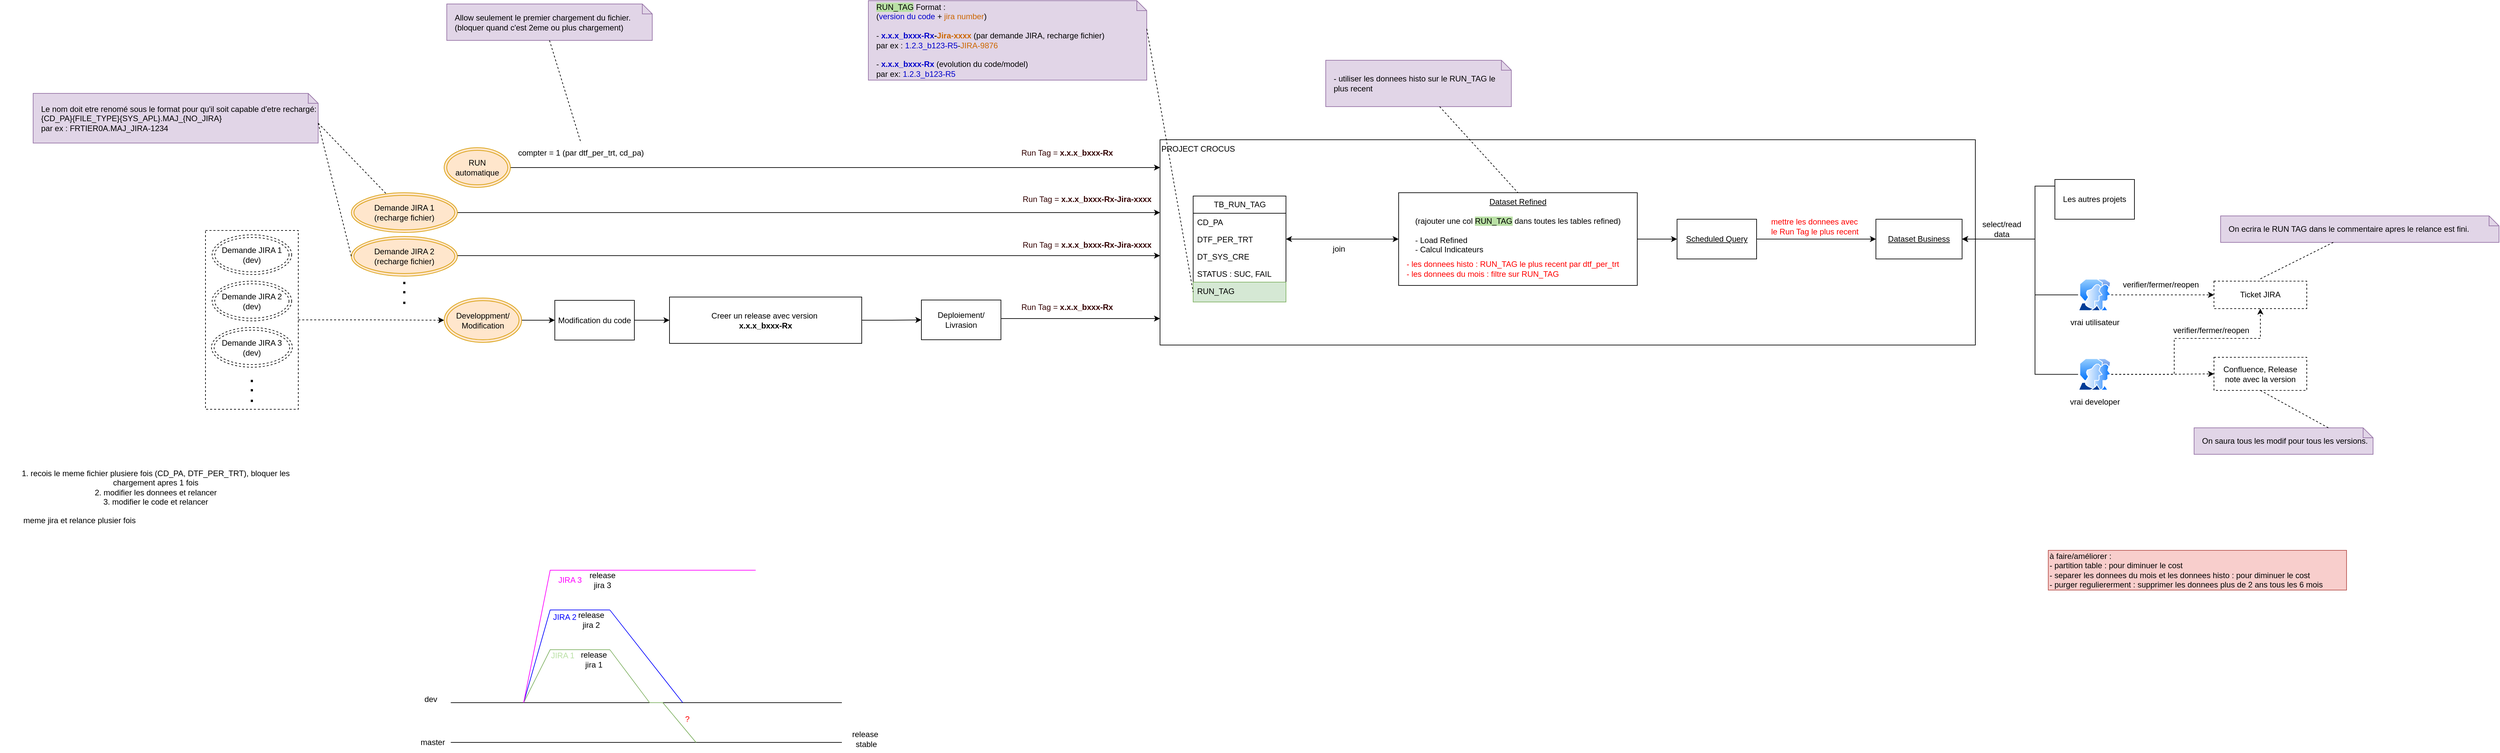
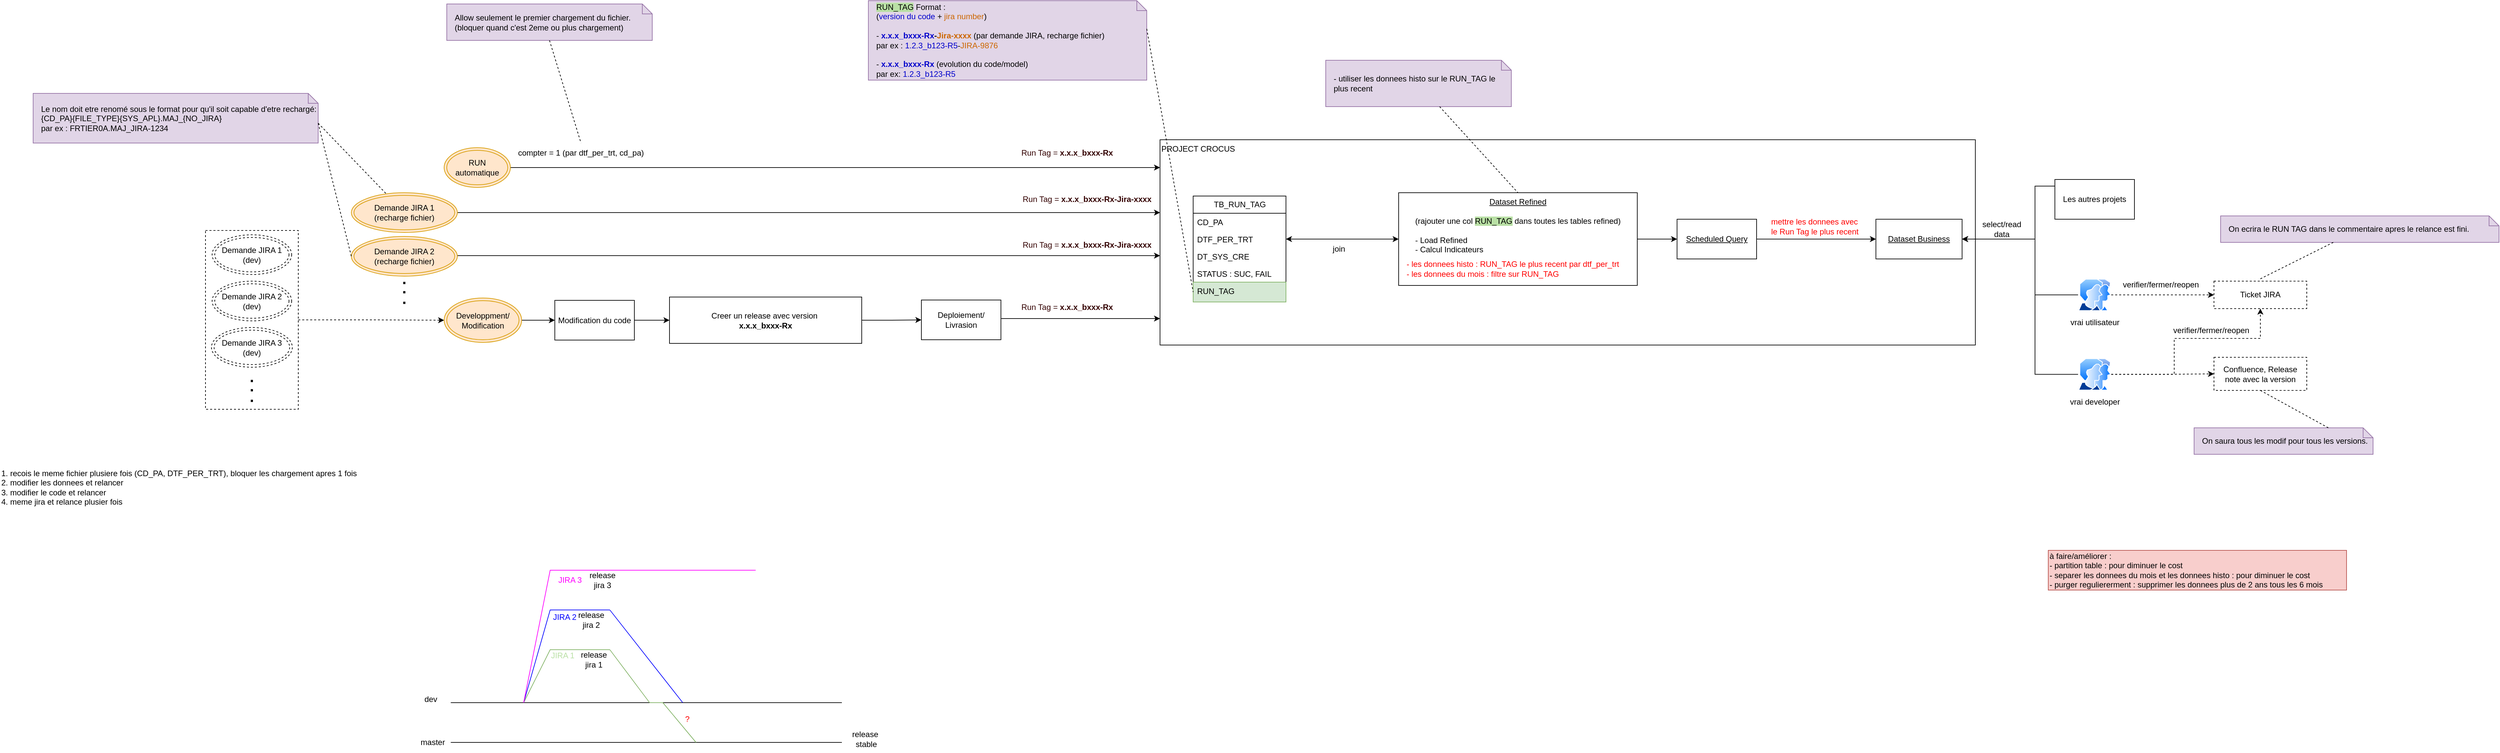
<mxfile host="app.diagrams.net">
  <diagram name="Page-1" id="bEAYSmEDHXBXhFzCy1HB">
    <mxGraphModel dx="3308" dy="2087" grid="1" gridSize="10" guides="1" tooltips="1" connect="1" arrows="1" fold="1" page="1" pageScale="1" pageWidth="827" pageHeight="1169" math="0" shadow="0">
      <root>
        <mxCell id="0" />
        <mxCell id="1" parent="0" />
        <mxCell id="cKu8MT6L8Fp_BZaxLZj7-22" edge="1" parent="1" source="cKu8MT6L8Fp_BZaxLZj7-16" style="edgeStyle=orthogonalEdgeStyle;rounded=0;orthogonalLoop=1;jettySize=auto;html=1;dashed=1;" target="QUzsFoNl6aFI_2ed8XXq-33">
          <mxGeometry relative="1" as="geometry">
            <Array as="points" />
            <mxPoint x="-937.4999999999995" y="382" as="sourcePoint" />
            <mxPoint x="-602.4999999999995" y="365" as="targetPoint" />
          </mxGeometry>
        </mxCell>
        <mxCell id="cKu8MT6L8Fp_BZaxLZj7-16" parent="1" style="rounded=0;whiteSpace=wrap;html=1;dashed=1;" value="" vertex="1">
          <mxGeometry height="270" width="140" x="-1070" y="247" as="geometry" />
        </mxCell>
        <mxCell id="QUzsFoNl6aFI_2ed8XXq-13" parent="1" style="rounded=0;whiteSpace=wrap;html=1;align=left;verticalAlign=top;" value="PROJECT CROCUS" vertex="1">
          <mxGeometry height="310" width="1230" x="370" y="110" as="geometry" />
        </mxCell>
        <mxCell id="QUzsFoNl6aFI_2ed8XXq-1" parent="1" style="swimlane;fontStyle=0;childLayout=stackLayout;horizontal=1;startSize=26;fillColor=none;horizontalStack=0;resizeParent=1;resizeParentMax=0;resizeLast=0;collapsible=1;marginBottom=0;html=1;" value="TB_RUN_TAG" vertex="1">
          <mxGeometry height="160" width="140" x="420" y="195" as="geometry" />
        </mxCell>
        <mxCell id="QUzsFoNl6aFI_2ed8XXq-2" parent="QUzsFoNl6aFI_2ed8XXq-1" style="text;strokeColor=none;fillColor=none;align=left;verticalAlign=top;spacingLeft=4;spacingRight=4;overflow=hidden;rotatable=0;points=[[0,0.5],[1,0.5]];portConstraint=eastwest;whiteSpace=wrap;html=1;" value="CD_PA" vertex="1">
          <mxGeometry height="26" width="140" y="26" as="geometry" />
        </mxCell>
        <mxCell id="QUzsFoNl6aFI_2ed8XXq-3" parent="QUzsFoNl6aFI_2ed8XXq-1" style="text;strokeColor=none;fillColor=none;align=left;verticalAlign=top;spacingLeft=4;spacingRight=4;overflow=hidden;rotatable=0;points=[[0,0.5],[1,0.5]];portConstraint=eastwest;whiteSpace=wrap;html=1;" value="DTF_PER_TRT" vertex="1">
          <mxGeometry height="26" width="140" y="52" as="geometry" />
        </mxCell>
        <mxCell id="QUzsFoNl6aFI_2ed8XXq-4" parent="QUzsFoNl6aFI_2ed8XXq-1" style="text;strokeColor=none;fillColor=none;align=left;verticalAlign=top;spacingLeft=4;spacingRight=4;overflow=hidden;rotatable=0;points=[[0,0.5],[1,0.5]];portConstraint=eastwest;whiteSpace=wrap;html=1;" value="DT_SYS_CRE" vertex="1">
          <mxGeometry height="26" width="140" y="78" as="geometry" />
        </mxCell>
        <mxCell id="QUzsFoNl6aFI_2ed8XXq-105" parent="QUzsFoNl6aFI_2ed8XXq-1" style="text;strokeColor=none;fillColor=none;align=left;verticalAlign=top;spacingLeft=4;spacingRight=4;overflow=hidden;rotatable=0;points=[[0,0.5],[1,0.5]];portConstraint=eastwest;whiteSpace=wrap;html=1;" value="STATUS : SUC, FAIL" vertex="1">
          <mxGeometry height="26" width="140" y="104" as="geometry" />
        </mxCell>
        <mxCell id="QUzsFoNl6aFI_2ed8XXq-5" parent="QUzsFoNl6aFI_2ed8XXq-1" style="text;strokeColor=#82b366;fillColor=#d5e8d4;align=left;verticalAlign=top;spacingLeft=4;spacingRight=4;overflow=hidden;rotatable=0;points=[[0,0.5],[1,0.5]];portConstraint=eastwest;whiteSpace=wrap;html=1;" value="RUN_TAG" vertex="1">
          <mxGeometry height="30" width="140" y="130" as="geometry" />
        </mxCell>
        <mxCell id="QUzsFoNl6aFI_2ed8XXq-7" parent="1" style="shape=note;size=15;align=left;spacingLeft=10;html=1;whiteSpace=wrap;fillColor=#e1d5e7;strokeColor=#9673a6;" value="&lt;span style=&quot;background-color: rgb(185, 224, 165);&quot;&gt;RUN_TAG&lt;/span&gt; Format :&amp;nbsp;&lt;div&gt;(&lt;font style=&quot;color: rgb(0, 0, 204);&quot;&gt;version du code&lt;/font&gt; +&lt;font style=&quot;color: rgb(204, 102, 0);&quot;&gt; &lt;font&gt;jira number&lt;/font&gt;&lt;/font&gt;)&lt;/div&gt;&lt;div&gt;&lt;br&gt;&lt;div&gt;- &lt;b&gt;&lt;font style=&quot;color: rgb(0, 0, 204);&quot;&gt;x.x.x_bxxx-Rx&lt;/font&gt;-&lt;font style=&quot;color: rgb(204, 102, 0);&quot;&gt;Jira-xxxx&lt;/font&gt;&lt;/b&gt; (par demande JIRA, recharge fichier)&amp;nbsp;&lt;/div&gt;&lt;div&gt;par ex : &lt;font style=&quot;color: rgb(0, 0, 204);&quot;&gt;1.2.3_b123-R5&lt;/font&gt;-&lt;font style=&quot;color: rgb(204, 102, 0);&quot;&gt;JIRA-9876&lt;/font&gt;&lt;/div&gt;&lt;div&gt;&lt;br&gt;&lt;/div&gt;&lt;div&gt;-&lt;b&gt; &lt;font style=&quot;color: rgb(0, 0, 204);&quot;&gt;x.x.x_bxxx-Rx&lt;/font&gt;&lt;/b&gt; (evolution du code/model)&lt;/div&gt;&lt;div&gt;&lt;span style=&quot;background-color: transparent; color: light-dark(rgb(0, 0, 0), rgb(255, 255, 255));&quot;&gt;par ex: &lt;/span&gt;&lt;span style=&quot;background-color: transparent;&quot;&gt;&lt;font style=&quot;color: light-dark(rgb(0, 0, 204), rgb(255, 255, 255));&quot;&gt;1.2.3_b123-R5&lt;/font&gt;&lt;/span&gt;&lt;/div&gt;&lt;/div&gt;" vertex="1">
          <mxGeometry height="120" width="420" x="-70" y="-100" as="geometry" />
        </mxCell>
        <mxCell id="QUzsFoNl6aFI_2ed8XXq-8" edge="1" parent="1" source="QUzsFoNl6aFI_2ed8XXq-7" style="edgeStyle=none;endArrow=none;exitX=0;exitY=0;dashed=1;html=1;rounded=0;entryX=0;entryY=0.5;entryDx=0;entryDy=0;exitDx=420;exitDy=42.5;exitPerimeter=0;" target="QUzsFoNl6aFI_2ed8XXq-5" value="">
          <mxGeometry relative="1" x="1" as="geometry">
            <mxPoint x="590" y="660" as="targetPoint" />
          </mxGeometry>
        </mxCell>
        <mxCell id="QUzsFoNl6aFI_2ed8XXq-10" parent="1" style="rounded=0;whiteSpace=wrap;html=1;dashed=1;" value="Confluence, Release note avec la v&lt;span style=&quot;background-color: transparent; color: light-dark(rgb(0, 0, 0), rgb(255, 255, 255));&quot;&gt;ersion&lt;/span&gt;" vertex="1">
          <mxGeometry height="50" width="140" x="1960" y="438.5" as="geometry" />
        </mxCell>
        <mxCell id="QUzsFoNl6aFI_2ed8XXq-11" parent="1" style="rounded=0;whiteSpace=wrap;html=1;dashed=1;" value="Ticket JIRA" vertex="1">
          <mxGeometry height="41.5" width="140" x="1960" y="323.5" as="geometry" />
        </mxCell>
        <mxCell id="QUzsFoNl6aFI_2ed8XXq-42" edge="1" parent="1" source="QUzsFoNl6aFI_2ed8XXq-12" style="edgeStyle=orthogonalEdgeStyle;rounded=0;orthogonalLoop=1;jettySize=auto;html=1;entryX=1;entryY=0.5;entryDx=0;entryDy=0;startArrow=classic;startFill=1;" target="QUzsFoNl6aFI_2ed8XXq-3">
          <mxGeometry relative="1" as="geometry" />
        </mxCell>
        <mxCell id="QUzsFoNl6aFI_2ed8XXq-50" edge="1" parent="1" source="QUzsFoNl6aFI_2ed8XXq-12" style="edgeStyle=orthogonalEdgeStyle;rounded=0;orthogonalLoop=1;jettySize=auto;html=1;" target="QUzsFoNl6aFI_2ed8XXq-46">
          <mxGeometry relative="1" as="geometry">
            <Array as="points" />
          </mxGeometry>
        </mxCell>
        <mxCell id="QUzsFoNl6aFI_2ed8XXq-12" parent="1" style="rounded=0;whiteSpace=wrap;html=1;verticalAlign=top;" value="&lt;u&gt;Dataset Refined&lt;/u&gt;&lt;div&gt;&lt;u&gt;&lt;br&gt;&lt;/u&gt;&lt;div&gt;(rajouter une col &lt;span style=&quot;background-color: rgb(185, 224, 165);&quot;&gt;RUN_TAG&lt;/span&gt;&lt;span&gt; &lt;/span&gt;dans toutes les tables refined)&lt;/div&gt;&lt;div&gt;&lt;br&gt;&lt;/div&gt;&lt;div style=&quot;text-align: left;&quot;&gt;- Load Refined&amp;nbsp; &amp;nbsp; &amp;nbsp; &amp;nbsp;&lt;/div&gt;&lt;div style=&quot;text-align: left;&quot;&gt;- Calcul Indicateurs&lt;/div&gt;&lt;/div&gt;" vertex="1">
          <mxGeometry height="140" width="360" x="730" y="190" as="geometry" />
        </mxCell>
        <mxCell id="QUzsFoNl6aFI_2ed8XXq-27" edge="1" parent="1" source="QUzsFoNl6aFI_2ed8XXq-33" style="edgeStyle=orthogonalEdgeStyle;rounded=0;orthogonalLoop=1;jettySize=auto;html=1;entryX=0;entryY=0.5;entryDx=0;entryDy=0;" target="QUzsFoNl6aFI_2ed8XXq-23">
          <mxGeometry relative="1" as="geometry">
            <mxPoint x="-740" y="198" as="sourcePoint" />
          </mxGeometry>
        </mxCell>
        <mxCell id="QUzsFoNl6aFI_2ed8XXq-19" parent="1" style="text;html=1;whiteSpace=wrap;strokeColor=none;fillColor=none;align=center;verticalAlign=middle;rounded=0;fontColor=#330000;" value="&lt;font style=&quot;&quot;&gt;Run Tag =&amp;nbsp;&lt;/font&gt;&lt;b style=&quot;text-align: left;&quot;&gt;x.x.x_bxxx-Rx-Jira-xxxx&lt;/b&gt;" vertex="1">
          <mxGeometry height="30" width="200" x="160" y="253.5" as="geometry" />
        </mxCell>
        <mxCell id="cKu8MT6L8Fp_BZaxLZj7-37" edge="1" parent="1" source="QUzsFoNl6aFI_2ed8XXq-23" style="edgeStyle=orthogonalEdgeStyle;rounded=0;orthogonalLoop=1;jettySize=auto;html=1;" target="QUzsFoNl6aFI_2ed8XXq-25">
          <mxGeometry relative="1" as="geometry" />
        </mxCell>
        <mxCell id="QUzsFoNl6aFI_2ed8XXq-23" parent="1" style="rounded=0;whiteSpace=wrap;html=1;" value="Modification du code" vertex="1">
          <mxGeometry height="60" width="120" x="-543" y="352.5" as="geometry" />
        </mxCell>
        <mxCell id="QUzsFoNl6aFI_2ed8XXq-31" edge="1" parent="1" source="QUzsFoNl6aFI_2ed8XXq-24" style="edgeStyle=orthogonalEdgeStyle;rounded=0;orthogonalLoop=1;jettySize=auto;html=1;" target="QUzsFoNl6aFI_2ed8XXq-13">
          <mxGeometry relative="1" as="geometry">
            <Array as="points">
              <mxPoint x="180" y="380" />
              <mxPoint x="180" y="380" />
            </Array>
            <mxPoint x="380" y="373" as="targetPoint" />
          </mxGeometry>
        </mxCell>
        <mxCell id="QUzsFoNl6aFI_2ed8XXq-24" parent="1" style="rounded=0;whiteSpace=wrap;html=1;" value="Deploiement/ Livrasion" vertex="1">
          <mxGeometry height="60" width="120" x="10" y="352" as="geometry" />
        </mxCell>
        <mxCell id="cKu8MT6L8Fp_BZaxLZj7-38" edge="1" parent="1" source="QUzsFoNl6aFI_2ed8XXq-25" style="edgeStyle=orthogonalEdgeStyle;rounded=0;orthogonalLoop=1;jettySize=auto;html=1;" target="QUzsFoNl6aFI_2ed8XXq-24">
          <mxGeometry relative="1" as="geometry" />
        </mxCell>
        <mxCell id="QUzsFoNl6aFI_2ed8XXq-25" parent="1" style="rounded=0;whiteSpace=wrap;html=1;" value="Creer un release avec version&amp;nbsp;&lt;div&gt;&lt;span style=&quot;text-align: left;&quot;&gt;&lt;b&gt;x.x.x_bxxx-Rx&lt;/b&gt;&lt;/span&gt;&lt;/div&gt;" vertex="1">
          <mxGeometry height="70" width="290" x="-370" y="347.5" as="geometry" />
        </mxCell>
        <mxCell id="QUzsFoNl6aFI_2ed8XXq-33" parent="1" style="ellipse;shape=doubleEllipse;whiteSpace=wrap;html=1;fillColor=#ffe6cc;strokeColor=#d79b00;" value="Developpment/&lt;div&gt;Modification&lt;/div&gt;" vertex="1">
          <mxGeometry height="67" width="117" x="-710" y="349" as="geometry" />
        </mxCell>
        <mxCell id="cKu8MT6L8Fp_BZaxLZj7-5" edge="1" parent="1" style="edgeStyle=orthogonalEdgeStyle;rounded=0;orthogonalLoop=1;jettySize=auto;html=1;" target="QUzsFoNl6aFI_2ed8XXq-13">
          <mxGeometry relative="1" as="geometry">
            <Array as="points">
              <mxPoint x="110" y="285" />
              <mxPoint x="110" y="285" />
            </Array>
            <mxPoint x="-690.0000000000005" y="285" as="sourcePoint" />
            <mxPoint x="380" y="285" as="targetPoint" />
          </mxGeometry>
        </mxCell>
        <mxCell id="QUzsFoNl6aFI_2ed8XXq-34" parent="1" style="ellipse;shape=doubleEllipse;whiteSpace=wrap;html=1;fillColor=#ffe6cc;strokeColor=#d79b00;" value="Demande JIRA 2&lt;div&gt;(recharge fichier)&lt;/div&gt;" vertex="1">
          <mxGeometry height="60" width="160" x="-850" y="256" as="geometry" />
        </mxCell>
        <mxCell id="QUzsFoNl6aFI_2ed8XXq-36" edge="1" parent="1" source="QUzsFoNl6aFI_2ed8XXq-35" style="edgeStyle=orthogonalEdgeStyle;rounded=0;orthogonalLoop=1;jettySize=auto;html=1;" target="QUzsFoNl6aFI_2ed8XXq-13">
          <mxGeometry relative="1" as="geometry">
            <Array as="points">
              <mxPoint x="140" y="152" />
              <mxPoint x="140" y="152" />
            </Array>
            <mxPoint x="380" y="152.0588235294117" as="targetPoint" />
          </mxGeometry>
        </mxCell>
        <mxCell id="QUzsFoNl6aFI_2ed8XXq-35" parent="1" style="ellipse;shape=doubleEllipse;whiteSpace=wrap;html=1;fillColor=#ffe6cc;strokeColor=#d79b00;" value="RUN automatique" vertex="1">
          <mxGeometry height="60" width="100" x="-710" y="122" as="geometry" />
        </mxCell>
        <mxCell id="QUzsFoNl6aFI_2ed8XXq-40" parent="1" style="shape=note;size=15;align=left;spacingLeft=10;html=1;whiteSpace=wrap;fillColor=#e1d5e7;strokeColor=#9673a6;" value="&lt;div&gt;- utiliser les donnees histo sur le RUN_TAG le plus recent&lt;/div&gt;" vertex="1">
          <mxGeometry height="70" width="280" x="620" y="-10" as="geometry" />
        </mxCell>
        <mxCell id="QUzsFoNl6aFI_2ed8XXq-41" edge="1" parent="1" source="QUzsFoNl6aFI_2ed8XXq-40" style="edgeStyle=none;endArrow=none;dashed=1;html=1;rounded=0;entryX=0.5;entryY=0;entryDx=0;entryDy=0;" target="QUzsFoNl6aFI_2ed8XXq-12" value="">
          <mxGeometry relative="1" x="1" as="geometry">
            <mxPoint x="720" y="650" as="sourcePoint" />
            <mxPoint x="772" y="500" as="targetPoint" />
          </mxGeometry>
        </mxCell>
        <mxCell id="QUzsFoNl6aFI_2ed8XXq-43" parent="1" style="text;html=1;whiteSpace=wrap;strokeColor=none;fillColor=none;align=left;verticalAlign=middle;rounded=0;" value="&lt;font style=&quot;color: rgb(255, 0, 0);&quot;&gt;- les donnees histo : RUN_TAG le plus recent par dtf_per_trt&lt;/font&gt;&lt;div&gt;&lt;font style=&quot;color: rgb(255, 0, 0);&quot;&gt;- les donnees du mois : f&lt;/font&gt;&lt;span style=&quot;color: light-dark(rgb(255, 0, 0), rgb(255, 144, 144)); background-color: transparent;&quot;&gt;iltre sur RUN_TAG&lt;/span&gt;&lt;/div&gt;" vertex="1">
          <mxGeometry height="30" width="370" x="740" y="290" as="geometry" />
        </mxCell>
        <mxCell id="QUzsFoNl6aFI_2ed8XXq-45" parent="1" style="rounded=0;whiteSpace=wrap;html=1;" value="&lt;u&gt;Dataset Business&lt;/u&gt;" vertex="1">
          <mxGeometry height="60" width="130" x="1450" y="230" as="geometry" />
        </mxCell>
        <mxCell id="QUzsFoNl6aFI_2ed8XXq-48" edge="1" parent="1" source="QUzsFoNl6aFI_2ed8XXq-46" style="edgeStyle=orthogonalEdgeStyle;rounded=0;orthogonalLoop=1;jettySize=auto;html=1;" target="QUzsFoNl6aFI_2ed8XXq-45">
          <mxGeometry relative="1" as="geometry" />
        </mxCell>
        <mxCell id="QUzsFoNl6aFI_2ed8XXq-46" parent="1" style="rounded=0;whiteSpace=wrap;html=1;" value="&lt;u&gt;Scheduled Query&lt;/u&gt;" vertex="1">
          <mxGeometry height="60" width="120" x="1150" y="230" as="geometry" />
        </mxCell>
        <mxCell id="QUzsFoNl6aFI_2ed8XXq-51" parent="1" style="text;html=1;whiteSpace=wrap;strokeColor=none;fillColor=none;align=left;verticalAlign=middle;rounded=0;fontColor=#FF0000;" value="mettre les donnees avec le Run Tag le plus recent" vertex="1">
          <mxGeometry height="30" width="140" x="1290" y="226" as="geometry" />
        </mxCell>
        <mxCell id="QUzsFoNl6aFI_2ed8XXq-59" edge="1" parent="1" source="QUzsFoNl6aFI_2ed8XXq-52" style="edgeStyle=orthogonalEdgeStyle;rounded=0;orthogonalLoop=1;jettySize=auto;html=1;entryX=1;entryY=0.5;entryDx=0;entryDy=0;" target="QUzsFoNl6aFI_2ed8XXq-45">
          <mxGeometry relative="1" as="geometry">
            <Array as="points">
              <mxPoint x="1690" y="180" />
              <mxPoint x="1690" y="260" />
            </Array>
          </mxGeometry>
        </mxCell>
        <mxCell id="QUzsFoNl6aFI_2ed8XXq-52" parent="1" style="rounded=0;whiteSpace=wrap;html=1;" value="Les autres projets" vertex="1">
          <mxGeometry height="60" width="120" x="1720" y="170" as="geometry" />
        </mxCell>
        <mxCell id="QUzsFoNl6aFI_2ed8XXq-58" edge="1" parent="1" source="QUzsFoNl6aFI_2ed8XXq-57" style="edgeStyle=orthogonalEdgeStyle;rounded=0;orthogonalLoop=1;jettySize=auto;html=1;entryX=1;entryY=0.5;entryDx=0;entryDy=0;" target="QUzsFoNl6aFI_2ed8XXq-45">
          <mxGeometry relative="1" as="geometry">
            <Array as="points">
              <mxPoint x="1690" y="344" />
              <mxPoint x="1690" y="260" />
            </Array>
          </mxGeometry>
        </mxCell>
        <mxCell id="QUzsFoNl6aFI_2ed8XXq-65" edge="1" parent="1" source="QUzsFoNl6aFI_2ed8XXq-57" style="edgeStyle=orthogonalEdgeStyle;rounded=0;orthogonalLoop=1;jettySize=auto;html=1;dashed=1;" target="QUzsFoNl6aFI_2ed8XXq-11">
          <mxGeometry relative="1" as="geometry" />
        </mxCell>
        <mxCell id="QUzsFoNl6aFI_2ed8XXq-57" parent="1" style="image;aspect=fixed;perimeter=ellipsePerimeter;html=1;align=center;shadow=0;dashed=0;spacingTop=3;image=img/lib/active_directory/user_accounts.svg;" value="vrai utilisateur" vertex="1">
          <mxGeometry height="48.5" width="50" x="1755" y="320" as="geometry" />
        </mxCell>
        <mxCell id="QUzsFoNl6aFI_2ed8XXq-60" parent="1" style="text;html=1;whiteSpace=wrap;strokeColor=none;fillColor=none;align=center;verticalAlign=middle;rounded=0;" value="select/read data" vertex="1">
          <mxGeometry height="30" width="60" x="1610" y="230" as="geometry" />
        </mxCell>
        <mxCell id="QUzsFoNl6aFI_2ed8XXq-63" edge="1" parent="1" source="QUzsFoNl6aFI_2ed8XXq-62" style="edgeStyle=orthogonalEdgeStyle;rounded=0;orthogonalLoop=1;jettySize=auto;html=1;entryX=1;entryY=0.5;entryDx=0;entryDy=0;" target="QUzsFoNl6aFI_2ed8XXq-45">
          <mxGeometry relative="1" as="geometry">
            <Array as="points">
              <mxPoint x="1690" y="464" />
              <mxPoint x="1690" y="260" />
            </Array>
          </mxGeometry>
        </mxCell>
        <mxCell id="QUzsFoNl6aFI_2ed8XXq-66" edge="1" parent="1" source="QUzsFoNl6aFI_2ed8XXq-62" style="edgeStyle=orthogonalEdgeStyle;rounded=0;orthogonalLoop=1;jettySize=auto;html=1;dashed=1;" target="QUzsFoNl6aFI_2ed8XXq-10">
          <mxGeometry relative="1" as="geometry" />
        </mxCell>
        <mxCell id="QUzsFoNl6aFI_2ed8XXq-68" edge="1" parent="1" source="QUzsFoNl6aFI_2ed8XXq-62" style="edgeStyle=orthogonalEdgeStyle;rounded=0;orthogonalLoop=1;jettySize=auto;html=1;entryX=0.5;entryY=1;entryDx=0;entryDy=0;dashed=1;" target="QUzsFoNl6aFI_2ed8XXq-11">
          <mxGeometry relative="1" as="geometry">
            <Array as="points">
              <mxPoint x="1900" y="464" />
              <mxPoint x="1900" y="410" />
              <mxPoint x="2030" y="410" />
            </Array>
          </mxGeometry>
        </mxCell>
        <mxCell id="QUzsFoNl6aFI_2ed8XXq-62" parent="1" style="image;aspect=fixed;perimeter=ellipsePerimeter;html=1;align=center;shadow=0;dashed=0;spacingTop=3;image=img/lib/active_directory/user_accounts.svg;" value="vrai developer" vertex="1">
          <mxGeometry height="48.5" width="50" x="1755" y="440" as="geometry" />
        </mxCell>
        <mxCell id="QUzsFoNl6aFI_2ed8XXq-69" parent="1" style="shape=note;size=15;align=left;spacingLeft=10;html=1;whiteSpace=wrap;fillColor=#e1d5e7;strokeColor=#9673a6;" value="On ecrira le RUN TAG dans le commentaire apres le relance est fini." vertex="1">
          <mxGeometry height="40" width="420" x="1970" y="225" as="geometry" />
        </mxCell>
        <mxCell id="QUzsFoNl6aFI_2ed8XXq-70" edge="1" parent="1" source="QUzsFoNl6aFI_2ed8XXq-69" style="edgeStyle=none;endArrow=none;dashed=1;html=1;rounded=0;" value="">
          <mxGeometry relative="1" x="1" as="geometry">
            <mxPoint x="970" y="210" as="sourcePoint" />
            <mxPoint x="2030" y="320" as="targetPoint" />
          </mxGeometry>
        </mxCell>
        <mxCell id="QUzsFoNl6aFI_2ed8XXq-71" parent="1" style="shape=note;size=15;align=left;spacingLeft=10;html=1;whiteSpace=wrap;fillColor=#e1d5e7;strokeColor=#9673a6;" value="On saura tous les modif pour tous les versions." vertex="1">
          <mxGeometry height="40" width="270" x="1930" y="545" as="geometry" />
        </mxCell>
        <mxCell id="QUzsFoNl6aFI_2ed8XXq-72" edge="1" parent="1" source="QUzsFoNl6aFI_2ed8XXq-71" style="edgeStyle=none;endArrow=none;dashed=1;html=1;rounded=0;entryX=0.5;entryY=1;entryDx=0;entryDy=0;exitX=0;exitY=0;exitDx=202.5;exitDy=0;exitPerimeter=0;" target="QUzsFoNl6aFI_2ed8XXq-10" value="">
          <mxGeometry relative="1" x="1" as="geometry">
            <mxPoint x="2180" y="470" as="sourcePoint" />
            <mxPoint x="2070" y="525" as="targetPoint" />
          </mxGeometry>
        </mxCell>
        <mxCell id="QUzsFoNl6aFI_2ed8XXq-74" parent="1" style="rounded=0;whiteSpace=wrap;html=1;align=left;fillColor=#f8cecc;strokeColor=#b85450;" value="à faire/améliorer :&lt;div&gt;- partition table : pour diminuer le cost&lt;/div&gt;&lt;div&gt;- separer les donnees du mois et les donnees histo&amp;nbsp;&lt;span style=&quot;background-color: transparent; color: light-dark(rgb(0, 0, 0), rgb(255, 255, 255));&quot;&gt;: pour diminuer le cost&lt;/span&gt;&lt;/div&gt;&lt;div&gt;&lt;span style=&quot;background-color: transparent; color: light-dark(rgb(0, 0, 0), rgb(255, 255, 255));&quot;&gt;- purger reguliererment : supprimer les donnees plus de 2 ans tous les 6 mois&lt;/span&gt;&lt;/div&gt;" vertex="1">
          <mxGeometry height="60" width="450" x="1710" y="730" as="geometry" />
        </mxCell>
        <mxCell id="QUzsFoNl6aFI_2ed8XXq-76" parent="1" style="text;html=1;whiteSpace=wrap;strokeColor=none;fillColor=none;align=center;verticalAlign=middle;rounded=0;" value="join" vertex="1">
          <mxGeometry height="30" width="60" x="610" y="260" as="geometry" />
        </mxCell>
        <mxCell id="QUzsFoNl6aFI_2ed8XXq-81" edge="1" parent="1" style="endArrow=none;html=1;rounded=0;" value="">
          <mxGeometry height="50" relative="1" width="50" as="geometry">
            <mxPoint x="-700" y="960" as="sourcePoint" />
            <mxPoint x="-110" y="960" as="targetPoint" />
          </mxGeometry>
        </mxCell>
        <mxCell id="QUzsFoNl6aFI_2ed8XXq-83" edge="1" parent="1" style="endArrow=none;html=1;rounded=0;fillColor=#d5e8d4;strokeColor=#82b366;" value="">
          <mxGeometry height="50" relative="1" width="50" as="geometry">
            <Array as="points">
              <mxPoint x="-550" y="880" />
            </Array>
            <mxPoint x="-590" y="960" as="sourcePoint" />
            <mxPoint x="-460" y="880" as="targetPoint" />
          </mxGeometry>
        </mxCell>
        <mxCell id="QUzsFoNl6aFI_2ed8XXq-84" parent="1" style="text;html=1;whiteSpace=wrap;strokeColor=none;fillColor=none;align=center;verticalAlign=middle;rounded=0;" value="dev" vertex="1">
          <mxGeometry height="30" width="60" x="-760" y="940" as="geometry" />
        </mxCell>
        <mxCell id="QUzsFoNl6aFI_2ed8XXq-85" edge="1" parent="1" style="endArrow=none;html=1;rounded=0;strokeColor=#0000FF;" value="">
          <mxGeometry height="50" relative="1" width="50" as="geometry">
            <Array as="points">
              <mxPoint x="-550" y="820" />
            </Array>
            <mxPoint x="-590" y="960" as="sourcePoint" />
            <mxPoint x="-460" y="820" as="targetPoint" />
          </mxGeometry>
        </mxCell>
        <mxCell id="QUzsFoNl6aFI_2ed8XXq-86" edge="1" parent="1" style="endArrow=none;html=1;rounded=0;strokeColor=#FF00FF;" value="">
          <mxGeometry height="50" relative="1" width="50" as="geometry">
            <Array as="points">
              <mxPoint x="-550" y="760" />
            </Array>
            <mxPoint x="-590" y="960" as="sourcePoint" />
            <mxPoint x="-240" y="760" as="targetPoint" />
          </mxGeometry>
        </mxCell>
        <mxCell id="QUzsFoNl6aFI_2ed8XXq-87" parent="1" style="text;html=1;whiteSpace=wrap;strokeColor=none;fillColor=none;align=center;verticalAlign=middle;rounded=0;fontColor=#B9E0A5;" value="JIRA 1" vertex="1">
          <mxGeometry height="30" width="60" x="-561" y="874" as="geometry" />
        </mxCell>
        <mxCell id="QUzsFoNl6aFI_2ed8XXq-88" parent="1" style="text;html=1;whiteSpace=wrap;strokeColor=none;fillColor=none;align=center;verticalAlign=middle;rounded=0;fontColor=#0000FF;" value="JIRA 2" vertex="1">
          <mxGeometry height="30" width="60" x="-558" y="816" as="geometry" />
        </mxCell>
        <mxCell id="QUzsFoNl6aFI_2ed8XXq-89" parent="1" style="text;html=1;whiteSpace=wrap;strokeColor=none;fillColor=none;align=center;verticalAlign=middle;rounded=0;fontColor=#FF00FF;" value="JIRA 3" vertex="1">
          <mxGeometry height="30" width="60" x="-550" y="760" as="geometry" />
        </mxCell>
        <mxCell id="QUzsFoNl6aFI_2ed8XXq-90" edge="1" parent="1" style="endArrow=none;html=1;rounded=0;" value="">
          <mxGeometry height="50" relative="1" width="50" as="geometry">
            <mxPoint x="-700" y="1020" as="sourcePoint" />
            <mxPoint x="-110" y="1020" as="targetPoint" />
          </mxGeometry>
        </mxCell>
        <mxCell id="QUzsFoNl6aFI_2ed8XXq-91" parent="1" style="text;html=1;whiteSpace=wrap;strokeColor=none;fillColor=none;align=center;verticalAlign=middle;rounded=0;" value="master" vertex="1">
          <mxGeometry height="30" width="60" x="-757" y="1005" as="geometry" />
        </mxCell>
        <mxCell id="QUzsFoNl6aFI_2ed8XXq-92" edge="1" parent="1" style="endArrow=none;html=1;rounded=0;fillColor=#d5e8d4;strokeColor=#82b366;" value="">
          <mxGeometry height="50" relative="1" width="50" as="geometry">
            <mxPoint x="-460" y="880" as="sourcePoint" />
            <mxPoint x="-400" y="960" as="targetPoint" />
          </mxGeometry>
        </mxCell>
        <mxCell id="QUzsFoNl6aFI_2ed8XXq-94" edge="1" parent="1" style="endArrow=none;html=1;rounded=0;strokeColor=#0000FF;" value="">
          <mxGeometry height="50" relative="1" width="50" as="geometry">
            <mxPoint x="-460" y="820" as="sourcePoint" />
            <mxPoint x="-350" y="960" as="targetPoint" />
          </mxGeometry>
        </mxCell>
        <mxCell id="QUzsFoNl6aFI_2ed8XXq-95" edge="1" parent="1" style="endArrow=none;html=1;rounded=0;fillColor=#d5e8d4;strokeColor=#82b366;" value="">
          <mxGeometry height="50" relative="1" width="50" as="geometry">
            <mxPoint x="-380" y="960" as="sourcePoint" />
            <mxPoint x="-330" y="1020" as="targetPoint" />
          </mxGeometry>
        </mxCell>
        <mxCell id="QUzsFoNl6aFI_2ed8XXq-96" edge="1" parent="1" style="endArrow=none;html=1;rounded=0;fillColor=#d5e8d4;strokeColor=#82b366;" value="">
          <mxGeometry height="50" relative="1" width="50" as="geometry">
            <mxPoint x="-400" y="960" as="sourcePoint" />
            <mxPoint x="-380" y="960" as="targetPoint" />
          </mxGeometry>
        </mxCell>
        <mxCell id="QUzsFoNl6aFI_2ed8XXq-98" parent="1" style="text;html=1;whiteSpace=wrap;strokeColor=none;fillColor=none;align=center;verticalAlign=middle;rounded=0;" value="release jira 2" vertex="1">
          <mxGeometry height="30" width="60" x="-518" y="820" as="geometry" />
        </mxCell>
        <mxCell id="QUzsFoNl6aFI_2ed8XXq-99" parent="1" style="text;html=1;whiteSpace=wrap;strokeColor=none;fillColor=none;align=center;verticalAlign=middle;rounded=0;" value="release jira 1" vertex="1">
          <mxGeometry height="30" width="60" x="-514" y="880" as="geometry" />
        </mxCell>
        <mxCell id="QUzsFoNl6aFI_2ed8XXq-100" parent="1" style="text;html=1;whiteSpace=wrap;strokeColor=none;fillColor=none;align=center;verticalAlign=middle;rounded=0;" value="release jira 3" vertex="1">
          <mxGeometry height="30" width="60" x="-501" y="760" as="geometry" />
        </mxCell>
        <mxCell id="QUzsFoNl6aFI_2ed8XXq-101" parent="1" style="text;html=1;whiteSpace=wrap;strokeColor=none;fillColor=none;align=center;verticalAlign=middle;rounded=0;" value="release&amp;nbsp; stable" vertex="1">
          <mxGeometry height="30" width="60" x="-103" y="1000" as="geometry" />
        </mxCell>
        <mxCell id="QUzsFoNl6aFI_2ed8XXq-103" parent="1" style="text;html=1;whiteSpace=wrap;strokeColor=none;fillColor=none;align=center;verticalAlign=middle;rounded=0;fontColor=#FF0000;" value="?" vertex="1">
          <mxGeometry height="30" width="60" x="-373" y="970" as="geometry" />
        </mxCell>
        <mxCell id="QUzsFoNl6aFI_2ed8XXq-104" parent="1" style="text;html=1;whiteSpace=wrap;strokeColor=none;fillColor=none;align=center;verticalAlign=middle;rounded=0;" value="compter = 1 (par dtf_per_trt, cd_pa)" vertex="1">
          <mxGeometry height="30" width="227" x="-617" y="115" as="geometry" />
        </mxCell>
-         <mxCell id="QUzsFoNl6aFI_2ed8XXq-106" parent="1" style="text;html=1;whiteSpace=wrap;strokeColor=none;fillColor=none;align=center;verticalAlign=middle;rounded=0;" value="1. recois le meme fichier plusiere fois (CD_PA, DTF_PER_TRT), bloquer les chargement apres 1 fois&lt;div&gt;2. modifier les donnees et relancer&lt;/div&gt;&lt;div&gt;3. modifier le code et relancer&lt;/div&gt;" vertex="1">
-           <mxGeometry height="30" width="470" x="-1380" y="620" as="geometry" />
-         </mxCell>
-         <mxCell id="QUzsFoNl6aFI_2ed8XXq-107" parent="1" style="text;html=1;whiteSpace=wrap;strokeColor=none;fillColor=none;align=center;verticalAlign=middle;rounded=0;" value="meme jira et relance plusier fois" vertex="1">
-           <mxGeometry height="30" width="240" x="-1380" y="670" as="geometry" />
+         <mxCell id="QUzsFoNl6aFI_2ed8XXq-106" parent="1" style="text;html=1;whiteSpace=wrap;strokeColor=none;fillColor=none;align=left;verticalAlign=middle;rounded=0;" value="1. recois le meme fichier plusiere fois (CD_PA, DTF_PER_TRT), bloquer les chargement apres 1 fois&lt;div&gt;2. modifier les donnees et relancer&lt;/div&gt;&lt;div&gt;3. modifier le code et relancer&lt;/div&gt;&lt;div&gt;4.&amp;nbsp;&lt;span style=&quot;text-align: center; background-color: transparent; color: light-dark(rgb(0, 0, 0), rgb(255, 255, 255));&quot;&gt;meme jira et relance plusier fois&lt;/span&gt;&lt;/div&gt;" vertex="1">
+           <mxGeometry height="30" width="600" x="-1380" y="620" as="geometry" />
        </mxCell>
        <mxCell id="cKu8MT6L8Fp_BZaxLZj7-1" parent="1" style="shape=note;size=15;align=left;spacingLeft=10;html=1;whiteSpace=wrap;fillColor=#e1d5e7;strokeColor=#9673a6;labelBackgroundColor=none;" value="&lt;span style=&quot;&quot;&gt;Allow seulement le premier chargement du fichier.&lt;br&gt;(bloquer quand c&#39;est 2eme ou plus chargement)&lt;/span&gt;" vertex="1">
          <mxGeometry height="55" width="310" x="-706" y="-95" as="geometry" />
        </mxCell>
        <mxCell id="cKu8MT6L8Fp_BZaxLZj7-2" edge="1" parent="1" source="cKu8MT6L8Fp_BZaxLZj7-1" style="edgeStyle=none;endArrow=none;exitX=0.5;exitY=1;dashed=1;html=1;rounded=0;entryX=0.5;entryY=0;entryDx=0;entryDy=0;exitDx=0;exitDy=0;exitPerimeter=0;" target="QUzsFoNl6aFI_2ed8XXq-104" value="">
          <mxGeometry relative="1" x="1" as="geometry">
            <mxPoint x="590" y="300" as="sourcePoint" />
            <mxPoint x="680" y="507" as="targetPoint" />
          </mxGeometry>
        </mxCell>
        <mxCell id="cKu8MT6L8Fp_BZaxLZj7-3" parent="1" style="ellipse;shape=doubleEllipse;whiteSpace=wrap;html=1;dashed=1;" value="Demande JIRA 1&lt;div&gt;(dev)&lt;/div&gt;" vertex="1">
          <mxGeometry height="60" width="120" x="-1060" y="253.5" as="geometry" />
        </mxCell>
        <mxCell id="cKu8MT6L8Fp_BZaxLZj7-7" parent="1" style="text;html=1;whiteSpace=wrap;strokeColor=none;fillColor=none;align=center;verticalAlign=middle;rounded=0;fontColor=#330000;" value="&lt;font style=&quot;&quot;&gt;Run Tag =&amp;nbsp;&lt;b style=&quot;text-align: left;&quot;&gt;x.x.x_bxxx-Rx&lt;/b&gt;&lt;/font&gt;" vertex="1">
          <mxGeometry height="30" width="200" x="130" y="115" as="geometry" />
        </mxCell>
        <mxCell id="cKu8MT6L8Fp_BZaxLZj7-11" parent="1" style="shape=note;size=15;align=left;spacingLeft=10;html=1;whiteSpace=wrap;fillColor=#e1d5e7;strokeColor=#9673a6;labelBackgroundColor=none;" value="&lt;span style=&quot;&quot;&gt;Le nom doit etre renomé sous le format pour qu&#39;il soit capable d&#39;etre rechargé:&lt;br&gt;{CD_PA}{FILE_TYPE}{SYS_APL}.MAJ_{NO_JIRA}&lt;/span&gt;&lt;div&gt;&lt;span style=&quot;&quot;&gt;par ex : FRTIER0A.MAJ_JIRA-1234&lt;/span&gt;&lt;/div&gt;" vertex="1">
          <mxGeometry height="75" width="430" x="-1330" y="40" as="geometry" />
        </mxCell>
        <mxCell id="cKu8MT6L8Fp_BZaxLZj7-14" parent="1" style="ellipse;shape=doubleEllipse;whiteSpace=wrap;html=1;dashed=1;" value="Demande JIRA 2&lt;div&gt;(dev)&lt;/div&gt;" vertex="1">
          <mxGeometry height="60" width="120" x="-1060" y="323.5" as="geometry" />
        </mxCell>
        <mxCell id="cKu8MT6L8Fp_BZaxLZj7-15" parent="1" style="ellipse;shape=doubleEllipse;whiteSpace=wrap;html=1;dashed=1;" value="Demande JIRA 3&lt;div&gt;(dev)&lt;/div&gt;" vertex="1">
          <mxGeometry height="60" width="122" x="-1061" y="393.5" as="geometry" />
        </mxCell>
        <mxCell id="cKu8MT6L8Fp_BZaxLZj7-19" parent="1" style="text;html=1;whiteSpace=wrap;strokeColor=none;fillColor=none;align=center;verticalAlign=middle;rounded=0;fontSize=23;fontStyle=1" value="." vertex="1">
          <mxGeometry height="30" width="60" x="-1030" y="453.25" as="geometry" />
        </mxCell>
        <mxCell id="cKu8MT6L8Fp_BZaxLZj7-20" parent="1" style="text;html=1;whiteSpace=wrap;strokeColor=none;fillColor=none;align=center;verticalAlign=middle;rounded=0;fontSize=23;fontStyle=1" value="." vertex="1">
          <mxGeometry height="30" width="60" x="-1030" y="467" as="geometry" />
        </mxCell>
        <mxCell id="cKu8MT6L8Fp_BZaxLZj7-21" parent="1" style="text;html=1;whiteSpace=wrap;strokeColor=none;fillColor=none;align=center;verticalAlign=middle;rounded=0;fontSize=23;fontStyle=1" value="." vertex="1">
          <mxGeometry height="30" width="60" x="-1030" y="483.25" as="geometry" />
        </mxCell>
        <mxCell id="cKu8MT6L8Fp_BZaxLZj7-24" edge="1" parent="1" source="cKu8MT6L8Fp_BZaxLZj7-23" style="edgeStyle=orthogonalEdgeStyle;rounded=0;orthogonalLoop=1;jettySize=auto;html=1;" target="QUzsFoNl6aFI_2ed8XXq-13">
          <mxGeometry relative="1" as="geometry">
            <Array as="points">
              <mxPoint x="120" y="220" />
              <mxPoint x="120" y="220" />
            </Array>
          </mxGeometry>
        </mxCell>
        <mxCell id="cKu8MT6L8Fp_BZaxLZj7-23" parent="1" style="ellipse;shape=doubleEllipse;whiteSpace=wrap;html=1;fillColor=#ffe6cc;strokeColor=#d79b00;" value="Demande JIRA 1&lt;div&gt;(recharge fichier)&lt;/div&gt;" vertex="1">
          <mxGeometry height="60" width="160" x="-850" y="190" as="geometry" />
        </mxCell>
        <mxCell id="cKu8MT6L8Fp_BZaxLZj7-25" edge="1" parent="1" source="cKu8MT6L8Fp_BZaxLZj7-11" style="edgeStyle=none;endArrow=none;exitX=0;exitY=0;dashed=1;html=1;rounded=0;exitDx=430;exitDy=45;exitPerimeter=0;" target="cKu8MT6L8Fp_BZaxLZj7-23" value="">
          <mxGeometry relative="1" x="1" as="geometry">
            <mxPoint x="-520" y="10" as="sourcePoint" />
            <mxPoint x="-490" y="150" as="targetPoint" />
          </mxGeometry>
        </mxCell>
        <mxCell id="cKu8MT6L8Fp_BZaxLZj7-26" edge="1" parent="1" source="cKu8MT6L8Fp_BZaxLZj7-11" style="edgeStyle=none;endArrow=none;exitX=0;exitY=0;dashed=1;html=1;rounded=0;exitDx=430;exitDy=45;exitPerimeter=0;entryX=0;entryY=0.5;entryDx=0;entryDy=0;" target="QUzsFoNl6aFI_2ed8XXq-34" value="">
          <mxGeometry relative="1" x="1" as="geometry">
            <mxPoint x="-900" y="200" as="sourcePoint" />
            <mxPoint x="-801" y="244" as="targetPoint" />
          </mxGeometry>
        </mxCell>
        <mxCell id="cKu8MT6L8Fp_BZaxLZj7-27" parent="1" style="text;html=1;whiteSpace=wrap;strokeColor=none;fillColor=none;align=center;verticalAlign=middle;rounded=0;fontSize=23;fontStyle=1" value="." vertex="1">
          <mxGeometry height="30" width="60" x="-800" y="305" as="geometry" />
        </mxCell>
        <mxCell id="cKu8MT6L8Fp_BZaxLZj7-28" parent="1" style="text;html=1;whiteSpace=wrap;strokeColor=none;fillColor=none;align=center;verticalAlign=middle;rounded=0;fontSize=23;fontStyle=1" value="." vertex="1">
          <mxGeometry height="30" width="60" x="-800" y="335" as="geometry" />
        </mxCell>
        <mxCell id="cKu8MT6L8Fp_BZaxLZj7-29" parent="1" style="text;html=1;whiteSpace=wrap;strokeColor=none;fillColor=none;align=center;verticalAlign=middle;rounded=0;fontSize=23;fontStyle=1" value="." vertex="1">
          <mxGeometry height="30" width="60" x="-800" y="318.5" as="geometry" />
        </mxCell>
        <mxCell id="cKu8MT6L8Fp_BZaxLZj7-31" parent="1" style="text;html=1;whiteSpace=wrap;strokeColor=none;fillColor=none;align=center;verticalAlign=middle;rounded=0;fontColor=#330000;" value="&lt;font style=&quot;&quot;&gt;Run Tag =&amp;nbsp;&lt;/font&gt;&lt;b style=&quot;text-align: left;&quot;&gt;x.x.x_bxxx-Rx-Jira-xxxx&lt;/b&gt;" vertex="1">
          <mxGeometry height="30" width="200" x="160" y="185" as="geometry" />
        </mxCell>
        <mxCell id="cKu8MT6L8Fp_BZaxLZj7-33" parent="1" style="text;html=1;whiteSpace=wrap;strokeColor=none;fillColor=none;align=center;verticalAlign=middle;rounded=0;fontColor=#330000;" value="&lt;font style=&quot;&quot;&gt;Run Tag =&amp;nbsp;&lt;b style=&quot;text-align: left;&quot;&gt;x.x.x_bxxx-Rx&lt;/b&gt;&lt;/font&gt;" vertex="1">
          <mxGeometry height="30" width="200" x="130" y="347.5" as="geometry" />
        </mxCell>
        <mxCell id="cKu8MT6L8Fp_BZaxLZj7-39" parent="1" style="text;html=1;whiteSpace=wrap;strokeColor=none;fillColor=none;align=center;verticalAlign=middle;rounded=0;" value="verifier/fermer/reopen" vertex="1">
          <mxGeometry height="30" width="60" x="1850" y="313.5" as="geometry" />
        </mxCell>
        <mxCell id="cKu8MT6L8Fp_BZaxLZj7-40" parent="1" style="text;html=1;whiteSpace=wrap;strokeColor=none;fillColor=none;align=center;verticalAlign=middle;rounded=0;" value="verifier/fermer/reopen" vertex="1">
          <mxGeometry height="30" width="60" x="1926" y="382.5" as="geometry" />
        </mxCell>
      </root>
    </mxGraphModel>
  </diagram>
</mxfile>
